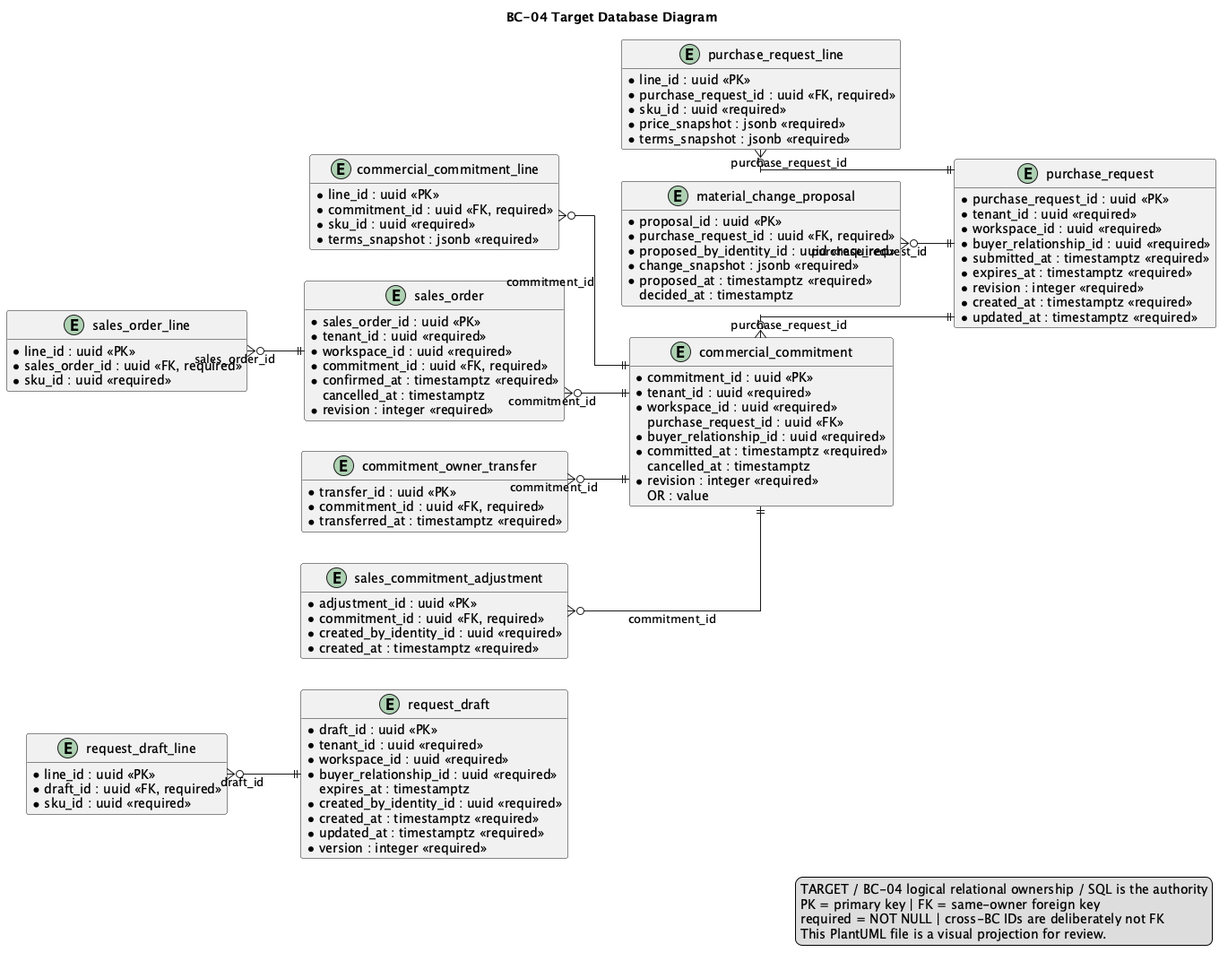
Before: 01-shared/domain/bounded-contexts/BC-04-sales-commitment/data/database-diagram.png, a diagram exported from PlantUML (nexa-suite/blueprint).
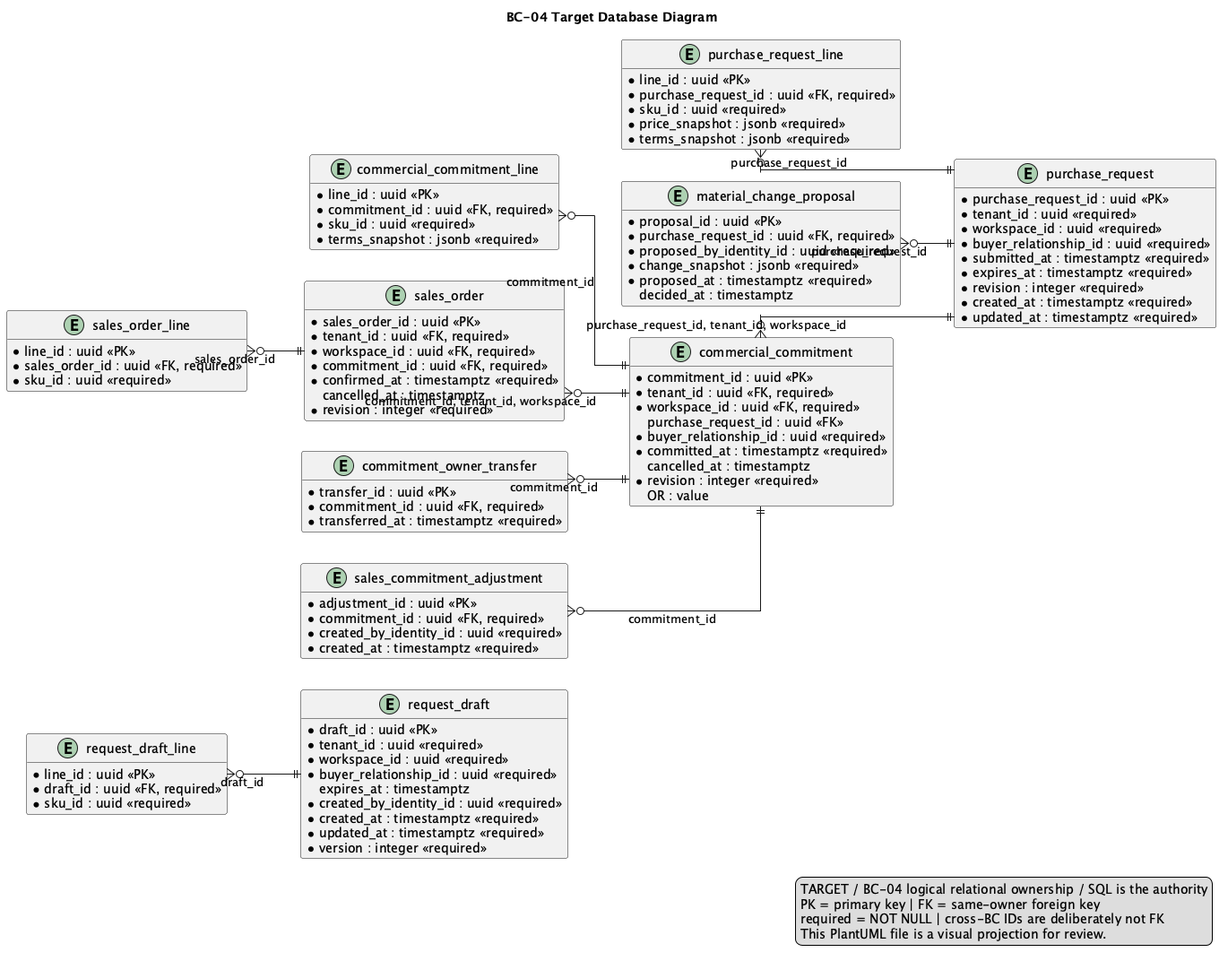
The same file after the commit.

What changed in the source:
```diff
@@ -66,8 +66,8 @@
 
 entity "commercial_commitment" as t_commercial_commitment {
   * commitment_id : uuid <<PK>>
-  * tenant_id : uuid <<required>>
-  * workspace_id : uuid <<required>>
+  * tenant_id : uuid <<FK, required>>
+  * workspace_id : uuid <<FK, required>>
   * origin_type : varchar(32) <<required>>
     purchase_request_id : uuid <<FK>>
   * buyer_relationship_id : uuid <<required>>
@@ -90,8 +90,8 @@
 
 entity "sales_order" as t_sales_order {
   * sales_order_id : uuid <<PK>>
-  * tenant_id : uuid <<required>>
-  * workspace_id : uuid <<required>>
+  * tenant_id : uuid <<FK, required>>
+  * workspace_id : uuid <<FK, required>>
   * commitment_id : uuid <<FK, required>>
   * status : varchar(32) <<required>>
   * confirmed_at : timestamptz <<required>>
@@ -131,9 +131,9 @@
 t_request_draft_line }o--|| t_request_draft : draft_id
 t_purchase_request_line }o--|| t_purchase_request : purchase_request_id
 t_material_change_proposal }o--|| t_purchase_request : purchase_request_id
-t_commercial_commitment }o--|| t_purchase_request : purchase_request_id
+t_commercial_commitment }o--|| t_purchase_request : purchase_request_id, tenant_id, workspace_id
 t_commercial_commitment_line }o--|| t_commercial_commitment : commitment_id
-t_sales_order }o--|| t_commercial_commitment : commitment_id
+t_sales_order }o--|| t_commercial_commitment : commitment_id, tenant_id, workspace_id
 t_sales_order_line }o--|| t_sales_order : sales_order_id
 t_commitment_owner_transfer }o--|| t_commercial_commitment : commitment_id
 t_sales_commitment_adjustment }o--|| t_commercial_commitment : commitment_id
```
